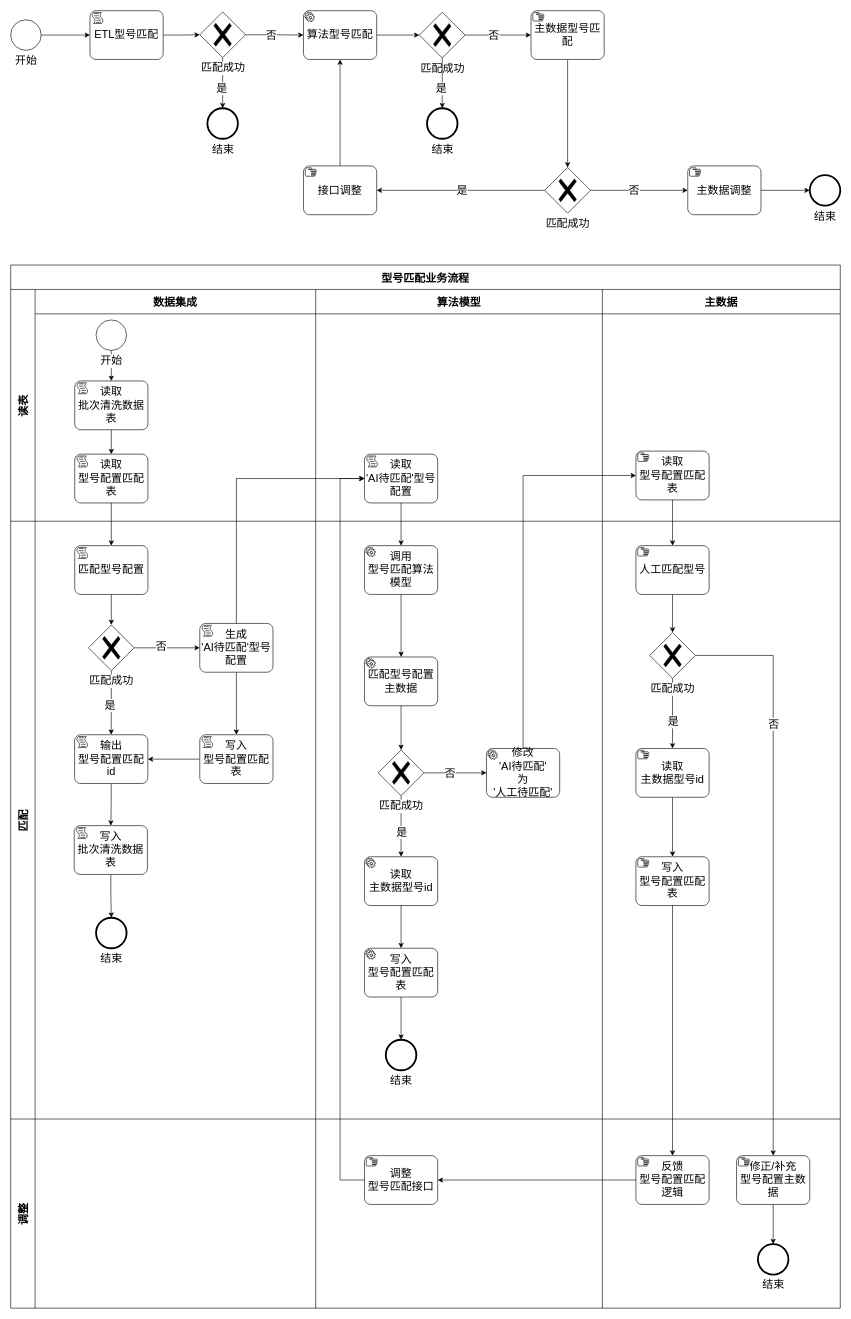
Earlier version of the draw.io diagram page "流程" (1 of 2) of 型号匹配流程优化.drawio (wangzijia122/drawio_repository). Source tidied: cells renumbered, new cells numbered last; positions are measured from the earlier drawing's top-left corner, leaving out a move shared by most shapes. Both pictures are drawn from the tidied source at 61%, with x=0, y=0 at pixel (10, 10).
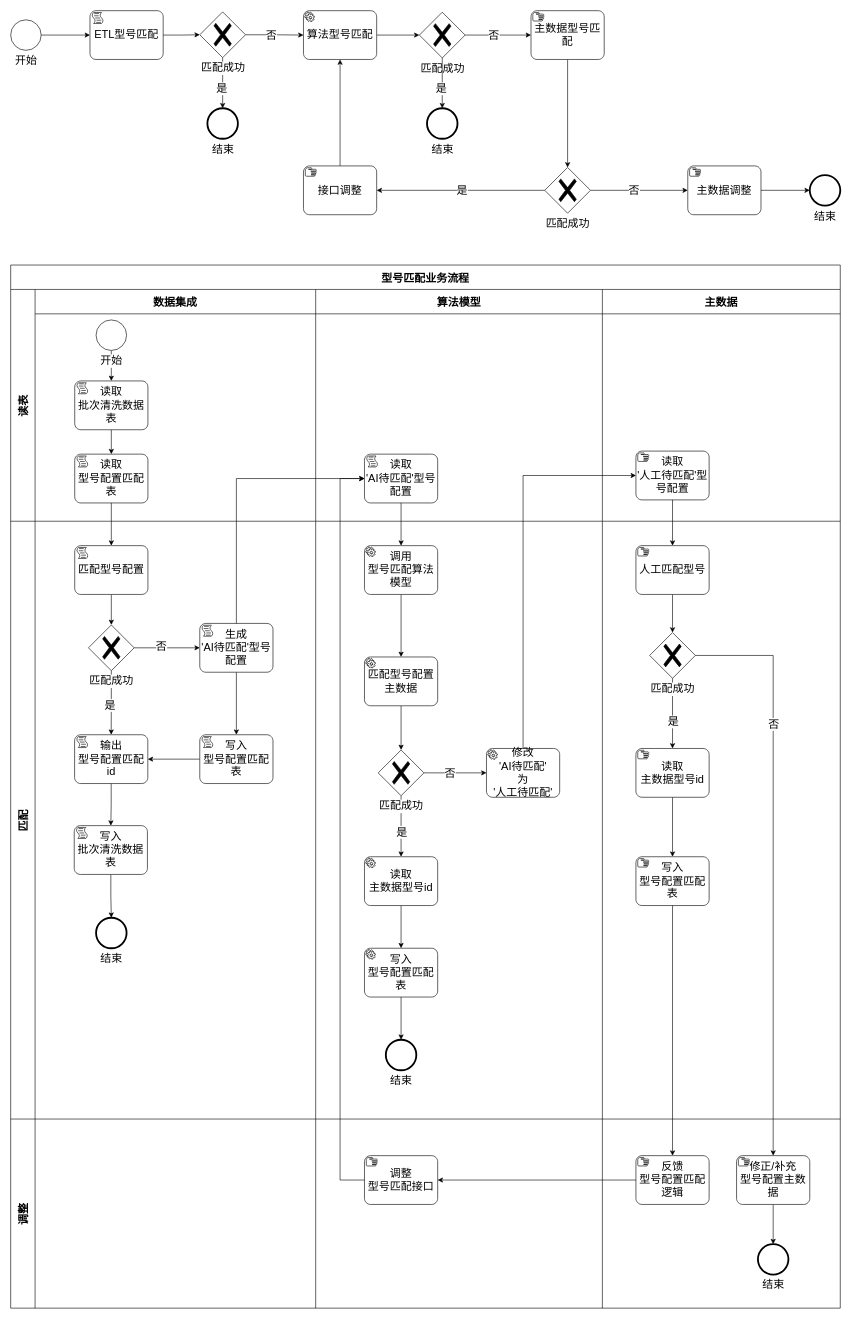
The same page after the edit.

Commit message (it also covers changes not shown here):
更新型号匹配流程优化.drawio

The change refers to these unchanged cells:
```xml
<mxCell id="12" value="主数据" style="swimlane;swimlaneHead=0;swimlaneBody=0;fontStyle=1;strokeColor=inherit;fillColor=none;startSize=40;fontSize=18;" parent="3" vertex="1">
  <mxGeometry x="970" width="390" height="380" as="geometry" />
</mxCell>
```

What changed in the source:
```diff
@@
-    <mxCell id="13" value="读取&lt;br style=&quot;border-color: var(--border-color); font-size: 18px;&quot;&gt;型号配置匹配表" style="points=[[0.25,0,0],[0.5,0,0],[0.75,0,0],[1,0.25,0],[1,0.5,0],[1,0.75,0],[0.75,1,0],[0.5,1,0],[0.25,1,0],[0,0.75,0],[0,0.5,0],[0,0.25,0]];shape=mxgraph.bpmn.task;whiteSpace=wrap;rectStyle=rounded;size=10;html=1;taskMarker=manual;fontSize=18;" parent="12" vertex="1">
+    <mxCell id="13" value="读取&lt;br style=&quot;border-color: var(--border-color);&quot;&gt;'人工待匹配'型号配置" style="points=[[0.25,0,0],[0.5,0,0],[0.75,0,0],[1,0.25,0],[1,0.5,0],[1,0.75,0],[0.75,1,0],[0.5,1,0],[0.25,1,0],[0,0.75,0],[0,0.5,0],[0,0.25,0]];shape=mxgraph.bpmn.task;whiteSpace=wrap;rectStyle=rounded;size=10;html=1;taskMarker=manual;fontSize=18;" parent="12" vertex="1">
       <mxGeometry x="55" y="265" width="120" height="80" as="geometry" />
     </mxCell>
```
